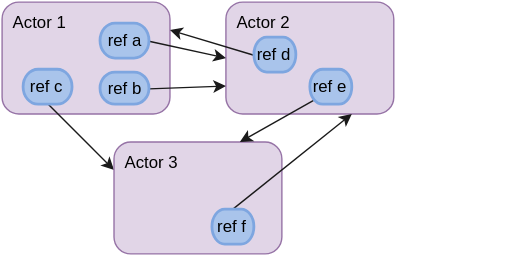
This is assets/images/actors_are_objects_too.svg from zartstrom/zartstrom.github.io, a draw.io export, as it was before one commit. Source tidied: cells renumbered, new cells last; positions are measured from the earlier drawing's top-left corner, leaving out a move shared by most shapes. Source of this version:
```xml
<mxGraphModel background="#ffffff">
  <root>
    <mxCell id="0" />
    <mxCell id="1" parent="0" />
    <mxCell id="2" value="Actor 1" style="rounded=1;whiteSpace=wrap;html=1;strokeWidth=1;fontSize=12;align=left;plain-purple;gradientColor=none;verticalAlign=top;spacingLeft=5;" parent="1" vertex="1">
      <mxGeometry width="120" height="80" as="geometry" />
    </mxCell>
    <mxCell id="3" style="edgeStyle=none;rounded=0;html=1;exitX=0.5;exitY=0;exitPerimeter=0;entryX=0;entryY=0.25;labelBackgroundColor=#ffffff;startArrow=none;startFill=0;endArrow=classic;endFill=1;jettySize=auto;strokeColor=#1A1A1A;strokeWidth=1;fontSize=12;" parent="1" edge="1" source="4" target="8">
      <mxGeometry relative="1" as="geometry" />
    </mxCell>
    <mxCell id="4" value="&lt;div style=&quot;text-align: center&quot;&gt;&lt;span style=&quot;line-height: 1.2&quot;&gt;ref c&lt;/span&gt;&lt;/div&gt;" style="strokeWidth=2;html=1;shape=mxgraph.flowchart.terminator;whiteSpace=wrap;rounded=1;fillColor=#A9C4EB;gradientColor=none;fontSize=12;align=center;strokeColor=#7EA6E0;direction=west;" parent="1" vertex="1">
      <mxGeometry x="15" y="48" width="35" height="25" as="geometry" />
    </mxCell>
    <mxCell id="5" value="Actor 2" style="rounded=1;whiteSpace=wrap;html=1;strokeWidth=1;fontSize=12;align=left;plain-purple;gradientColor=none;verticalAlign=top;spacingLeft=5;" parent="1" vertex="1">
      <mxGeometry x="160" width="120" height="80" as="geometry" />
    </mxCell>
    <mxCell id="6" style="edgeStyle=none;rounded=0;html=1;exitX=1;exitY=0.5;exitPerimeter=0;labelBackgroundColor=#ffffff;startArrow=none;startFill=0;endArrow=classic;endFill=1;jettySize=auto;strokeColor=#1A1A1A;strokeWidth=1;fontSize=12;entryX=0;entryY=0.75;" parent="1" edge="1" source="7" target="5">
      <mxGeometry relative="1" as="geometry" />
    </mxCell>
    <mxCell id="7" value="&lt;div style=&quot;text-align: center&quot;&gt;&lt;span style=&quot;line-height: 1.2&quot;&gt;ref b&lt;/span&gt;&lt;/div&gt;" style="strokeWidth=2;html=1;shape=mxgraph.flowchart.terminator;whiteSpace=wrap;rounded=1;fillColor=#A9C4EB;gradientColor=none;fontSize=12;align=center;strokeColor=#7EA6E0;" parent="1" vertex="1">
      <mxGeometry x="70" y="50" width="35" height="23" as="geometry" />
    </mxCell>
    <mxCell id="8" value="Actor 3" style="rounded=1;whiteSpace=wrap;html=1;strokeWidth=1;fontSize=12;align=left;plain-purple;gradientColor=none;verticalAlign=top;spacingLeft=5;" parent="1" vertex="1">
      <mxGeometry x="80" y="100" width="120" height="80" as="geometry" />
    </mxCell>
    <mxCell id="9" style="edgeStyle=none;rounded=0;html=1;exitX=0;exitY=0.5;exitPerimeter=0;entryX=0;entryY=0.5;labelBackgroundColor=#ffffff;startArrow=none;startFill=0;endArrow=classic;endFill=1;jettySize=auto;strokeColor=#1A1A1A;strokeWidth=1;fontSize=12;" parent="1" edge="1" source="10" target="5">
      <mxGeometry relative="1" as="geometry" />
    </mxCell>
    <mxCell id="10" value="&lt;div style=&quot;text-align: center&quot;&gt;&lt;span style=&quot;line-height: 1.2&quot;&gt;ref a&lt;/span&gt;&lt;/div&gt;" style="strokeWidth=2;html=1;shape=mxgraph.flowchart.terminator;whiteSpace=wrap;rounded=1;fillColor=#A9C4EB;gradientColor=none;fontSize=12;align=center;strokeColor=#7EA6E0;direction=west;" parent="1" vertex="1">
      <mxGeometry x="70" y="15" width="35" height="25" as="geometry" />
    </mxCell>
    <mxCell id="11" style="edgeStyle=none;rounded=0;html=1;exitX=1;exitY=0.5;exitPerimeter=0;entryX=1;entryY=0.25;labelBackgroundColor=#ffffff;startArrow=none;startFill=0;endArrow=classic;endFill=1;jettySize=auto;strokeColor=#1A1A1A;strokeWidth=1;fontSize=12;" parent="1" edge="1" source="12" target="2">
      <mxGeometry relative="1" as="geometry" />
    </mxCell>
    <mxCell id="12" value="&lt;div style=&quot;text-align: center&quot;&gt;&lt;span style=&quot;line-height: 1.2&quot;&gt;ref d&lt;/span&gt;&lt;/div&gt;" style="strokeWidth=2;html=1;shape=mxgraph.flowchart.terminator;whiteSpace=wrap;rounded=1;fillColor=#A9C4EB;gradientColor=none;fontSize=12;align=center;strokeColor=#7EA6E0;direction=west;" parent="1" vertex="1">
      <mxGeometry x="180" y="25" width="30" height="25" as="geometry" />
    </mxCell>
    <mxCell id="13" style="edgeStyle=none;rounded=0;html=1;exitX=0.5;exitY=1;exitPerimeter=0;entryX=0.75;entryY=1;labelBackgroundColor=#ffffff;startArrow=none;startFill=0;endArrow=classic;endFill=1;jettySize=auto;strokeColor=#1A1A1A;strokeWidth=1;fontSize=12;" parent="1" edge="1" source="14" target="5">
      <mxGeometry relative="1" as="geometry" />
    </mxCell>
    <mxCell id="14" value="&lt;div style=&quot;text-align: center&quot;&gt;&lt;span style=&quot;line-height: 1.2&quot;&gt;ref f&lt;/span&gt;&lt;/div&gt;" style="strokeWidth=2;html=1;shape=mxgraph.flowchart.terminator;whiteSpace=wrap;rounded=1;fillColor=#A9C4EB;gradientColor=none;fontSize=12;align=center;strokeColor=#7EA6E0;direction=west;" parent="1" vertex="1">
      <mxGeometry x="150" y="148" width="30" height="25" as="geometry" />
    </mxCell>
    <mxCell id="15" style="edgeStyle=none;rounded=0;html=1;exitX=0.5;exitY=0;exitPerimeter=0;entryX=0.5;entryY=0;entryPerimeter=0;labelBackgroundColor=#ffffff;jettySize=auto;orthogonalLoop=1;strokeColor=#1A1A1A;strokeWidth=1;fontSize=12;" parent="1" edge="1">
      <mxGeometry relative="1" as="geometry">
        <mxPoint x="350" y="121" as="sourcePoint" />
        <mxPoint x="350" y="121" as="targetPoint" />
      </mxGeometry>
    </mxCell>
    <mxCell id="16" style="edgeStyle=none;rounded=0;html=1;exitX=0.89;exitY=0.11;exitPerimeter=0;entryX=0.75;entryY=0;labelBackgroundColor=#ffffff;startArrow=none;startFill=0;endArrow=classic;endFill=1;jettySize=auto;strokeColor=#1A1A1A;strokeWidth=1;fontSize=12;" parent="1" edge="1" source="17" target="8">
      <mxGeometry relative="1" as="geometry" />
    </mxCell>
    <mxCell id="17" value="&lt;div style=&quot;text-align: center&quot;&gt;&lt;span style=&quot;line-height: 1.2&quot;&gt;ref e&lt;/span&gt;&lt;/div&gt;" style="strokeWidth=2;html=1;shape=mxgraph.flowchart.terminator;whiteSpace=wrap;rounded=1;fillColor=#A9C4EB;gradientColor=none;fontSize=12;align=center;strokeColor=#7EA6E0;direction=west;" parent="1" vertex="1">
      <mxGeometry x="220" y="48" width="30" height="25" as="geometry" />
    </mxCell>
  </root>
</mxGraphModel>
```
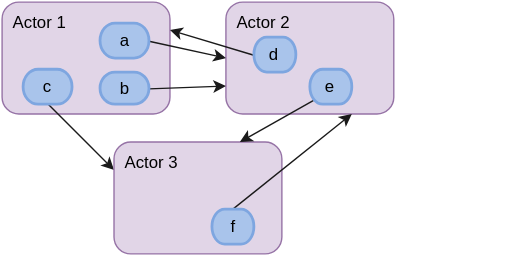
After the change.

Change to the diagram source:
```diff
@@ -8,7 +8,7 @@
     <mxCell id="3" style="edgeStyle=none;rounded=0;html=1;exitX=0.5;exitY=0;exitPerimeter=0;entryX=0;entryY=0.25;labelBackgroundColor=#ffffff;startArrow=none;startFill=0;endArrow=classic;endFill=1;jettySize=auto;strokeColor=#1A1A1A;strokeWidth=1;fontSize=12;" parent="1" edge="1" source="4" target="8">
       <mxGeometry relative="1" as="geometry" />
     </mxCell>
-    <mxCell id="4" value="&lt;div style=&quot;text-align: center&quot;&gt;&lt;span style=&quot;line-height: 1.2&quot;&gt;ref c&lt;/span&gt;&lt;/div&gt;" style="strokeWidth=2;html=1;shape=mxgraph.flowchart.terminator;whiteSpace=wrap;rounded=1;fillColor=#A9C4EB;gradientColor=none;fontSize=12;align=center;strokeColor=#7EA6E0;direction=west;" parent="1" vertex="1">
+    <mxCell id="4" value="&lt;div style=&quot;text-align: center&quot;&gt;&lt;span style=&quot;line-height: 1.2&quot;&gt;c&lt;/span&gt;&lt;/div&gt;" style="strokeWidth=2;html=1;shape=mxgraph.flowchart.terminator;whiteSpace=wrap;rounded=1;fillColor=#A9C4EB;gradientColor=none;fontSize=12;align=center;strokeColor=#7EA6E0;direction=west;" parent="1" vertex="1">
       <mxGeometry x="15" y="48" width="35" height="25" as="geometry" />
     </mxCell>
     <mxCell id="5" value="Actor 2" style="rounded=1;whiteSpace=wrap;html=1;strokeWidth=1;fontSize=12;align=left;plain-purple;gradientColor=none;verticalAlign=top;spacingLeft=5;" parent="1" vertex="1">
@@ -17,7 +17,7 @@
     <mxCell id="6" style="edgeStyle=none;rounded=0;html=1;exitX=1;exitY=0.5;exitPerimeter=0;labelBackgroundColor=#ffffff;startArrow=none;startFill=0;endArrow=classic;endFill=1;jettySize=auto;strokeColor=#1A1A1A;strokeWidth=1;fontSize=12;entryX=0;entryY=0.75;" parent="1" edge="1" source="7" target="5">
       <mxGeometry relative="1" as="geometry" />
     </mxCell>
-    <mxCell id="7" value="&lt;div style=&quot;text-align: center&quot;&gt;&lt;span style=&quot;line-height: 1.2&quot;&gt;ref b&lt;/span&gt;&lt;/div&gt;" style="strokeWidth=2;html=1;shape=mxgraph.flowchart.terminator;whiteSpace=wrap;rounded=1;fillColor=#A9C4EB;gradientColor=none;fontSize=12;align=center;strokeColor=#7EA6E0;" parent="1" vertex="1">
+    <mxCell id="7" value="&lt;div style=&quot;text-align: center&quot;&gt;&lt;span style=&quot;line-height: 1.2&quot;&gt;b&lt;/span&gt;&lt;/div&gt;" style="strokeWidth=2;html=1;shape=mxgraph.flowchart.terminator;whiteSpace=wrap;rounded=1;fillColor=#A9C4EB;gradientColor=none;fontSize=12;align=center;strokeColor=#7EA6E0;" parent="1" vertex="1">
       <mxGeometry x="70" y="50" width="35" height="23" as="geometry" />
     </mxCell>
     <mxCell id="8" value="Actor 3" style="rounded=1;whiteSpace=wrap;html=1;strokeWidth=1;fontSize=12;align=left;plain-purple;gradientColor=none;verticalAlign=top;spacingLeft=5;" parent="1" vertex="1">
@@ -26,19 +26,19 @@
     <mxCell id="9" style="edgeStyle=none;rounded=0;html=1;exitX=0;exitY=0.5;exitPerimeter=0;entryX=0;entryY=0.5;labelBackgroundColor=#ffffff;startArrow=none;startFill=0;endArrow=classic;endFill=1;jettySize=auto;strokeColor=#1A1A1A;strokeWidth=1;fontSize=12;" parent="1" edge="1" source="10" target="5">
       <mxGeometry relative="1" as="geometry" />
     </mxCell>
-    <mxCell id="10" value="&lt;div style=&quot;text-align: center&quot;&gt;&lt;span style=&quot;line-height: 1.2&quot;&gt;ref a&lt;/span&gt;&lt;/div&gt;" style="strokeWidth=2;html=1;shape=mxgraph.flowchart.terminator;whiteSpace=wrap;rounded=1;fillColor=#A9C4EB;gradientColor=none;fontSize=12;align=center;strokeColor=#7EA6E0;direction=west;" parent="1" vertex="1">
+    <mxCell id="10" value="&lt;div style=&quot;text-align: center&quot;&gt;&lt;span style=&quot;line-height: 1.2&quot;&gt;a&lt;/span&gt;&lt;/div&gt;" style="strokeWidth=2;html=1;shape=mxgraph.flowchart.terminator;whiteSpace=wrap;rounded=1;fillColor=#A9C4EB;gradientColor=none;fontSize=12;align=center;strokeColor=#7EA6E0;direction=west;" parent="1" vertex="1">
       <mxGeometry x="70" y="15" width="35" height="25" as="geometry" />
     </mxCell>
     <mxCell id="11" style="edgeStyle=none;rounded=0;html=1;exitX=1;exitY=0.5;exitPerimeter=0;entryX=1;entryY=0.25;labelBackgroundColor=#ffffff;startArrow=none;startFill=0;endArrow=classic;endFill=1;jettySize=auto;strokeColor=#1A1A1A;strokeWidth=1;fontSize=12;" parent="1" edge="1" source="12" target="2">
       <mxGeometry relative="1" as="geometry" />
     </mxCell>
-    <mxCell id="12" value="&lt;div style=&quot;text-align: center&quot;&gt;&lt;span style=&quot;line-height: 1.2&quot;&gt;ref d&lt;/span&gt;&lt;/div&gt;" style="strokeWidth=2;html=1;shape=mxgraph.flowchart.terminator;whiteSpace=wrap;rounded=1;fillColor=#A9C4EB;gradientColor=none;fontSize=12;align=center;strokeColor=#7EA6E0;direction=west;" parent="1" vertex="1">
+    <mxCell id="12" value="&lt;div style=&quot;text-align: center&quot;&gt;&lt;span style=&quot;line-height: 1.2&quot;&gt;d&lt;/span&gt;&lt;/div&gt;" style="strokeWidth=2;html=1;shape=mxgraph.flowchart.terminator;whiteSpace=wrap;rounded=1;fillColor=#A9C4EB;gradientColor=none;fontSize=12;align=center;strokeColor=#7EA6E0;direction=west;" parent="1" vertex="1">
       <mxGeometry x="180" y="25" width="30" height="25" as="geometry" />
     </mxCell>
     <mxCell id="13" style="edgeStyle=none;rounded=0;html=1;exitX=0.5;exitY=1;exitPerimeter=0;entryX=0.75;entryY=1;labelBackgroundColor=#ffffff;startArrow=none;startFill=0;endArrow=classic;endFill=1;jettySize=auto;strokeColor=#1A1A1A;strokeWidth=1;fontSize=12;" parent="1" edge="1" source="14" target="5">
       <mxGeometry relative="1" as="geometry" />
     </mxCell>
-    <mxCell id="14" value="&lt;div style=&quot;text-align: center&quot;&gt;&lt;span style=&quot;line-height: 1.2&quot;&gt;ref f&lt;/span&gt;&lt;/div&gt;" style="strokeWidth=2;html=1;shape=mxgraph.flowchart.terminator;whiteSpace=wrap;rounded=1;fillColor=#A9C4EB;gradientColor=none;fontSize=12;align=center;strokeColor=#7EA6E0;direction=west;" parent="1" vertex="1">
+    <mxCell id="14" value="&lt;div style=&quot;text-align: center&quot;&gt;&lt;span style=&quot;line-height: 1.2&quot;&gt;f&lt;/span&gt;&lt;/div&gt;" style="strokeWidth=2;html=1;shape=mxgraph.flowchart.terminator;whiteSpace=wrap;rounded=1;fillColor=#A9C4EB;gradientColor=none;fontSize=12;align=center;strokeColor=#7EA6E0;direction=west;" parent="1" vertex="1">
       <mxGeometry x="150" y="148" width="30" height="25" as="geometry" />
     </mxCell>
     <mxCell id="15" style="edgeStyle=none;rounded=0;html=1;exitX=0.5;exitY=0;exitPerimeter=0;entryX=0.5;entryY=0;entryPerimeter=0;labelBackgroundColor=#ffffff;jettySize=auto;orthogonalLoop=1;strokeColor=#1A1A1A;strokeWidth=1;fontSize=12;" parent="1" edge="1">
@@ -50,7 +50,7 @@
     <mxCell id="16" style="edgeStyle=none;rounded=0;html=1;exitX=0.89;exitY=0.11;exitPerimeter=0;entryX=0.75;entryY=0;labelBackgroundColor=#ffffff;startArrow=none;startFill=0;endArrow=classic;endFill=1;jettySize=auto;strokeColor=#1A1A1A;strokeWidth=1;fontSize=12;" parent="1" edge="1" source="17" target="8">
       <mxGeometry relative="1" as="geometry" />
     </mxCell>
-    <mxCell id="17" value="&lt;div style=&quot;text-align: center&quot;&gt;&lt;span style=&quot;line-height: 1.2&quot;&gt;ref e&lt;/span&gt;&lt;/div&gt;" style="strokeWidth=2;html=1;shape=mxgraph.flowchart.terminator;whiteSpace=wrap;rounded=1;fillColor=#A9C4EB;gradientColor=none;fontSize=12;align=center;strokeColor=#7EA6E0;direction=west;" parent="1" vertex="1">
+    <mxCell id="17" value="&lt;div style=&quot;text-align: center&quot;&gt;&lt;span style=&quot;line-height: 1.2&quot;&gt;e&lt;/span&gt;&lt;/div&gt;" style="strokeWidth=2;html=1;shape=mxgraph.flowchart.terminator;whiteSpace=wrap;rounded=1;fillColor=#A9C4EB;gradientColor=none;fontSize=12;align=center;strokeColor=#7EA6E0;direction=west;" parent="1" vertex="1">
       <mxGeometry x="220" y="48" width="30" height="25" as="geometry" />
     </mxCell>
   </root>
```
